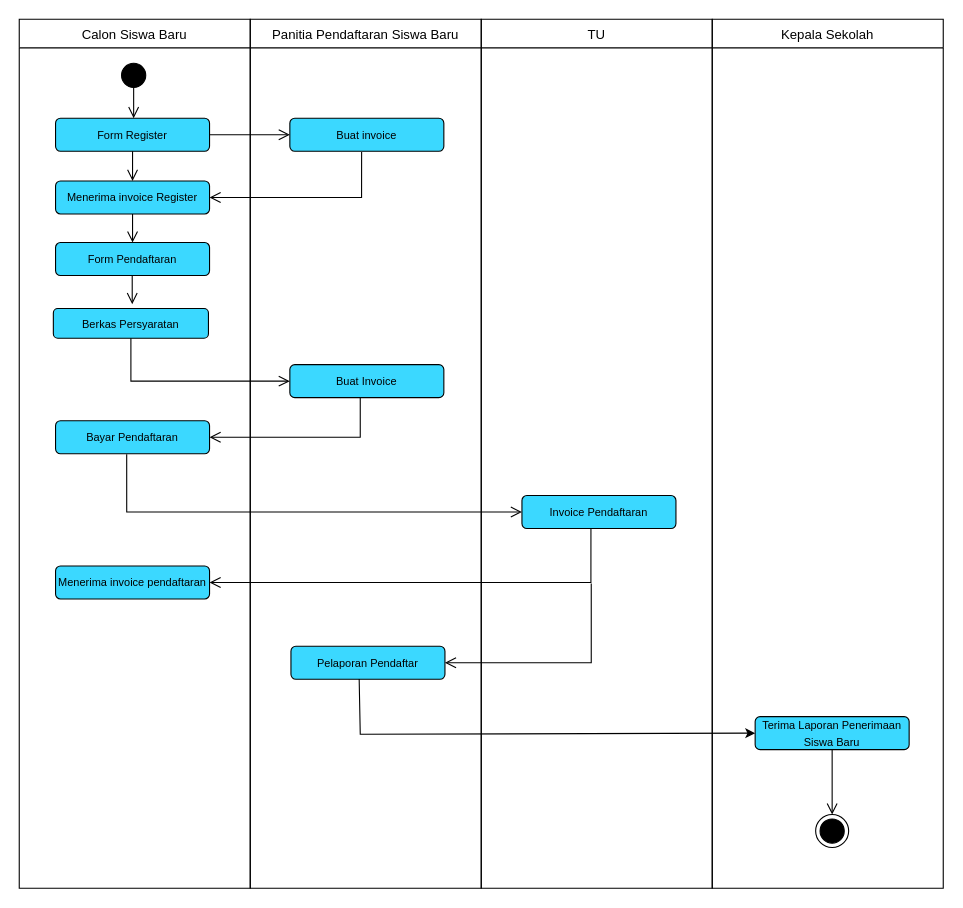
Earlier version of the draw.io diagram diagram activity baru.drawio (danangsptro/register-vhs). Source tidied: cells renumbered, new cells numbered last; positions are measured from the earlier drawing's top-left corner, leaving out a move shared by most shapes. Both pictures are drawn from the tidied source at 110%, with x=0, y=0 at pixel (19, 19).
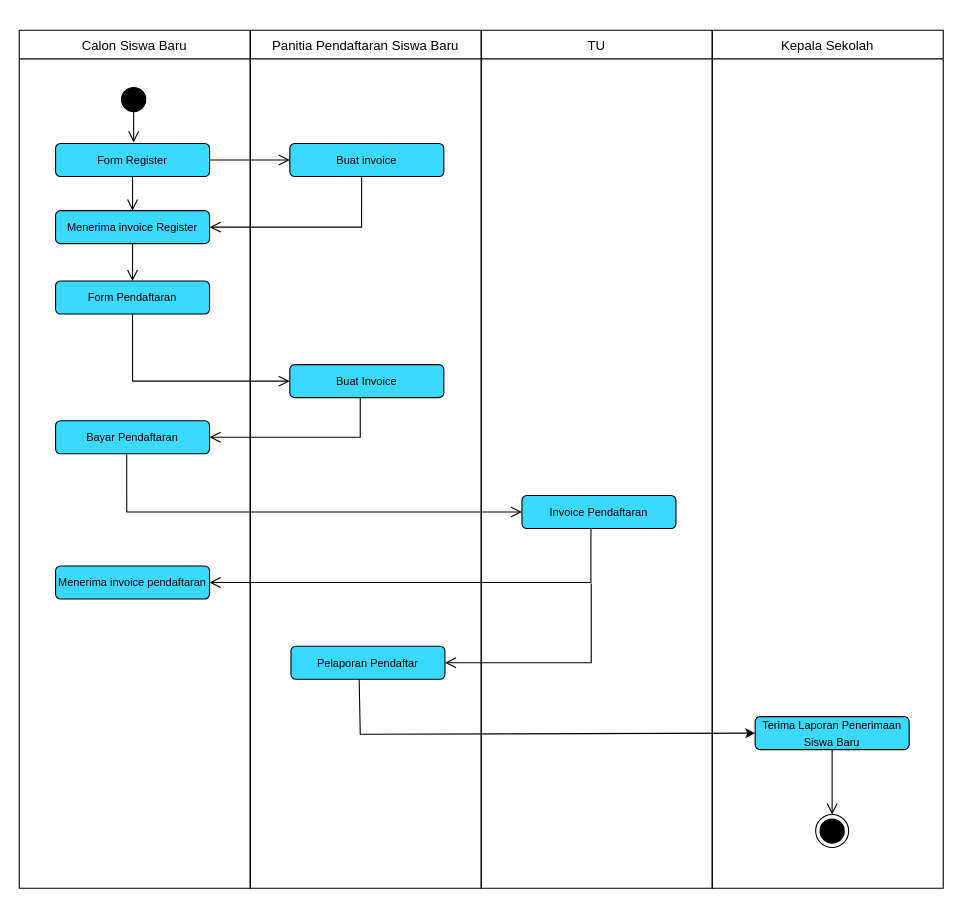
The same page after the edit.

The change refers to these unchanged cells:
```xml
<mxCell id="16" value="&lt;font style=&quot;font-size: 10px;&quot;&gt;Buat Invoice&lt;/font&gt;" style="rounded=1;whiteSpace=wrap;html=1;strokeColor=default;fillColor=#3BD8FF;gradientColor=none;" parent="1" vertex="1">
  <mxGeometry x="246" y="314" width="140" height="30" as="geometry" />
</mxCell>
```

What changed in the source:
```diff
@@
     <mxCell id="2" value="Calon Siswa Baru" style="swimlane;fontStyle=0;horizontal=1;startSize=26;fillColor=none;" parent="1" vertex="1">
-      <mxGeometry width="210" height="790" as="geometry" />
+      <mxGeometry y="10" width="210" height="780" as="geometry" />
     </mxCell>
-    <mxCell id="3" style="edgeStyle=orthogonalEdgeStyle;html=1;verticalAlign=bottom;endArrow=open;endSize=8;strokeColor=#000000;rounded=0;entryX=0.5;entryY=0;entryDx=0;entryDy=0;exitX=0.5;exitY=1;exitDx=0;exitDy=0;" parent="2" edge="1">
-      <mxGeometry relative="1" as="geometry">
-        <mxPoint x="102.7" y="233" as="sourcePoint" />
-        <mxPoint x="102.7" y="259" as="targetPoint" />
-      </mxGeometry>
-    </mxCell>
     <mxCell id="4" style="ellipse;html=1;shape=startState;fillColor=#000000;strokeColor=#000000;" parent="1" vertex="1">
-      <mxGeometry x="89" y="36" width="30" height="30" as="geometry" />
+      <mxGeometry x="89" y="58" width="30" height="30" as="geometry" />
     </mxCell>
     <mxCell id="5" style="edgeStyle=orthogonalEdgeStyle;html=1;verticalAlign=bottom;endArrow=open;endSize=8;strokeColor=#000000;rounded=0;" parent="1" edge="1">
       <mxGeometry relative="1" as="geometry">
-        <mxPoint x="104" y="54" as="sourcePoint" />
-        <mxPoint x="104" y="90" as="targetPoint" />
+        <mxPoint x="104" y="76" as="sourcePoint" />
+        <mxPoint x="104" y="112" as="targetPoint" />
       </mxGeometry>
     </mxCell>
     <mxCell id="6" value="&lt;font style=&quot;font-size: 10px;&quot;&gt;Form Register&lt;/font&gt;" style="rounded=1;whiteSpace=wrap;html=1;strokeColor=default;fillColor=#3BD8FF;gradientColor=none;" parent="1" vertex="1">
-      <mxGeometry x="33" y="90" width="140" height="30" as="geometry" />
+      <mxGeometry x="33" y="113" width="140" height="30" as="geometry" />
     </mxCell>
     <mxCell id="7" value="Panitia Pendaftaran Siswa Baru" style="swimlane;fontStyle=0;horizontal=1;startSize=26;fillColor=none;" parent="1" vertex="1">
-      <mxGeometry x="210" width="210" height="790" as="geometry" />
+      <mxGeometry x="210" y="10" width="210" height="780" as="geometry" />
     </mxCell>
     <mxCell id="8" value="TU" style="swimlane;fontStyle=0;horizontal=1;startSize=26;fillColor=none;" parent="1" vertex="1">
-      <mxGeometry x="420" width="210" height="790" as="geometry" />
+      <mxGeometry x="420" y="10" width="210" height="780" as="geometry" />
     </mxCell>
     <mxCell id="9" value="Kepala Sekolah" style="swimlane;fontStyle=0;horizontal=1;startSize=26;fillColor=none;" parent="1" vertex="1">
-      <mxGeometry x="630" width="210" height="790" as="geometry" />
+      <mxGeometry x="630" y="10" width="210" height="780" as="geometry" />
     </mxCell>
     <mxCell id="10" value="&lt;font style=&quot;font-size: 10px;&quot;&gt;Menerima invoice Register&lt;/font&gt;" style="rounded=1;whiteSpace=wrap;html=1;strokeColor=default;fillColor=#3BD8FF;gradientColor=none;" parent="1" vertex="1">
-      <mxGeometry x="33" y="147" width="140" height="30" as="geometry" />
+      <mxGeometry x="33" y="174" width="140" height="30" as="geometry" />
     </mxCell>
@@
     <mxCell id="12" value="&lt;span style=&quot;font-size: 10px;&quot;&gt;Buat invoice&lt;/span&gt;" style="rounded=1;whiteSpace=wrap;html=1;strokeColor=default;fillColor=#3BD8FF;gradientColor=none;" parent="1" vertex="1">
-      <mxGeometry x="246" y="90" width="140" height="30" as="geometry" />
+      <mxGeometry x="246" y="113" width="140" height="30" as="geometry" />
     </mxCell>
@@
     <mxCell id="14" value="&lt;font style=&quot;font-size: 10px;&quot;&gt;Form Pendaftaran&lt;/font&gt;" style="rounded=1;whiteSpace=wrap;html=1;strokeColor=default;fillColor=#3BD8FF;gradientColor=none;" parent="1" vertex="1">
-      <mxGeometry x="33" y="203" width="140" height="30" as="geometry" />
+      <mxGeometry x="33" y="238" width="140" height="30" as="geometry" />
     </mxCell>
@@
-    <mxCell id="25" value="&lt;font style=&quot;font-size: 10px;&quot;&gt;Berkas Persyaratan&lt;/font&gt;" style="rounded=1;whiteSpace=wrap;html=1;strokeColor=default;fillColor=#3BD8FF;gradientColor=none;" parent="1" vertex="1">
-      <mxGeometry x="31" y="263" width="141" height="27" as="geometry" />
-    </mxCell>
-    <mxCell id="26" style="edgeStyle=orthogonalEdgeStyle;html=1;verticalAlign=bottom;endArrow=open;endSize=8;strokeColor=#000000;rounded=0;entryX=0;entryY=0.5;entryDx=0;entryDy=0;exitX=0.5;exitY=1;exitDx=0;exitDy=0;" parent="1" edge="1" source="25" target="16">
+    <mxCell id="26" style="edgeStyle=orthogonalEdgeStyle;html=1;verticalAlign=bottom;endArrow=open;endSize=8;strokeColor=#000000;rounded=0;entryX=0;entryY=0.5;entryDx=0;entryDy=0;exitX=0.5;exitY=1;exitDx=0;exitDy=0;" parent="1" edge="1" source="14" target="16">
       <mxGeometry relative="1" as="geometry" />
     </mxCell>
```
